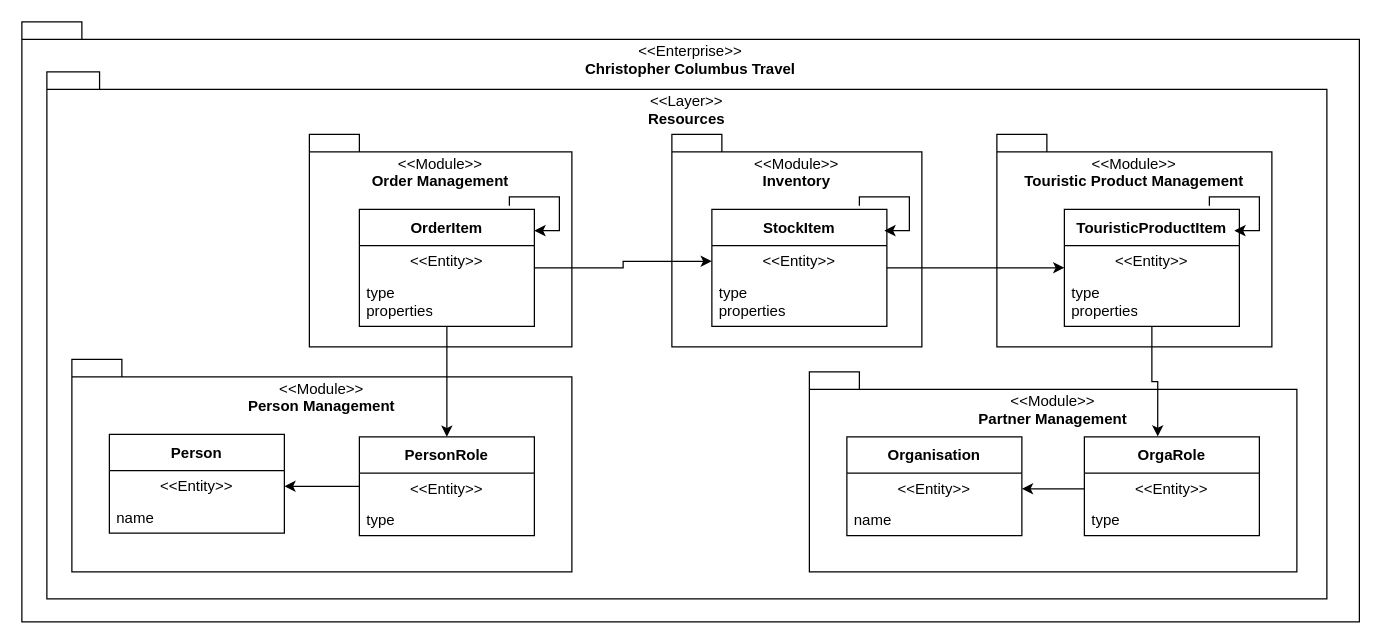
The draw.io diagram docs/architecture/data-model/data-model.drawio in hochschule-darmstadt/a3se_app, before the edit. Source tidied: cells renumbered, new cells numbered last; positions are measured from the earlier drawing's top-left corner, leaving out a move shared by most shapes. Both pictures are drawn from the tidied source at 125%, with x=0, y=0 at pixel (21, 21).
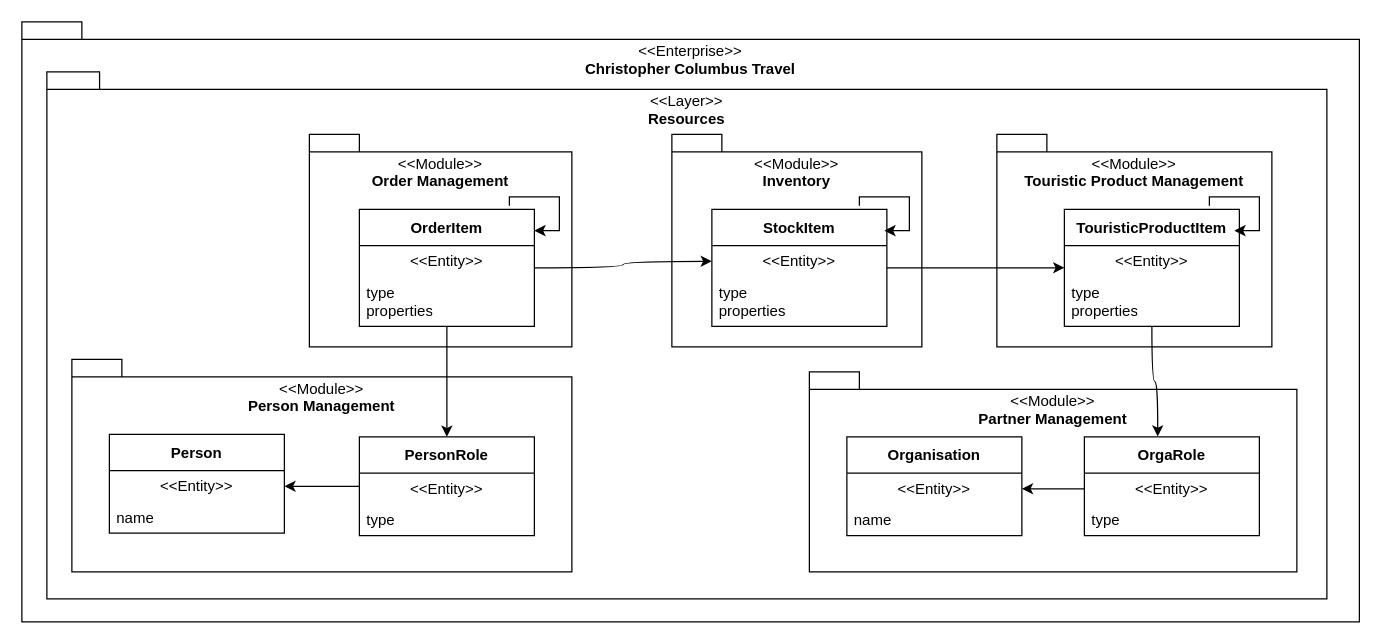
Above is the later version.

Unchanged cells that the change refers to:
```xml
<mxCell id="19" value="OrgaRole" style="swimlane;fontStyle=1;align=center;verticalAlign=middle;horizontal=1;startSize=29;html=1;whiteSpace=wrap;" parent="1" vertex="1">
  <mxGeometry x="850" y="332" width="140" height="79" as="geometry" />
</mxCell>
<mxCell id="22" value="TouristicProductItem" style="swimlane;fontStyle=1;align=center;verticalAlign=middle;horizontal=1;startSize=29;html=1;whiteSpace=wrap;" parent="1" vertex="1">
  <mxGeometry x="834" y="150" width="140" height="93.5" as="geometry" />
</mxCell>
<mxCell id="27" value="&amp;lt;&amp;lt;Entity&amp;gt;&amp;gt;" style="text;html=1;strokeColor=none;fillColor=none;align=center;verticalAlign=middle;spacingLeft=4;spacingRight=4;overflow=hidden;points=[[0,0.5],[1,0.5]];portConstraint=eastwest;whiteSpace=wrap;" parent="26" vertex="1">
  <mxGeometry y="29" width="140" height="25" as="geometry" />
</mxCell>
<mxCell id="31" value="OrderItem" style="swimlane;fontStyle=1;align=center;verticalAlign=middle;horizontal=1;startSize=29;html=1;whiteSpace=wrap;" parent="1" vertex="1">
  <mxGeometry x="270" y="150" width="140" height="93.5" as="geometry" />
</mxCell>
```

The edit, as a diff of the source:
```diff
@@
-    <mxCell id="29" style="edgeStyle=orthogonalEdgeStyle;rounded=0;jettySize=auto;html=1;entryX=0;entryY=0.5;entryDx=0;entryDy=0;" parent="1" edge="1" source="31" target="27">
+    <mxCell id="29" style="edgeStyle=orthogonalEdgeStyle;rounded=0;jettySize=auto;html=1;entryX=0;entryY=0.5;entryDx=0;entryDy=0;curved=1;" parent="1" edge="1" source="31" target="27">
       <mxGeometry relative="1" as="geometry" />
     </mxCell>
@@
-    <mxCell id="35" style="edgeStyle=orthogonalEdgeStyle;rounded=0;jettySize=auto;html=1;entryX=0.419;entryY=-0.004;entryDx=0;entryDy=0;entryPerimeter=0;" parent="1" edge="1" source="22" target="19">
+    <mxCell id="35" style="edgeStyle=orthogonalEdgeStyle;rounded=0;jettySize=auto;html=1;entryX=0.419;entryY=-0.004;entryDx=0;entryDy=0;entryPerimeter=0;curved=1;" parent="1" edge="1" source="22" target="19">
       <mxGeometry relative="1" as="geometry" />
     </mxCell>
```
